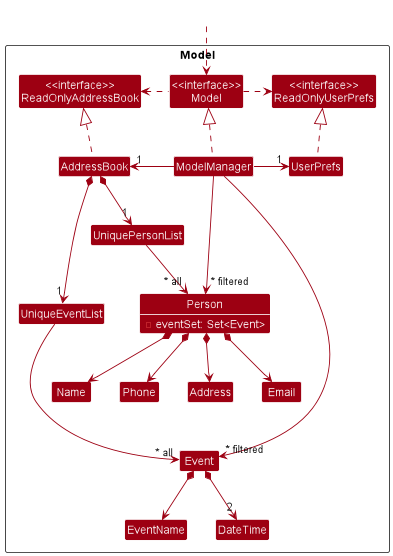
Above: docs/images/ModelClassDiagram.png in nus-cs2103-AY2223S2/tp (PlantUML), before the change.
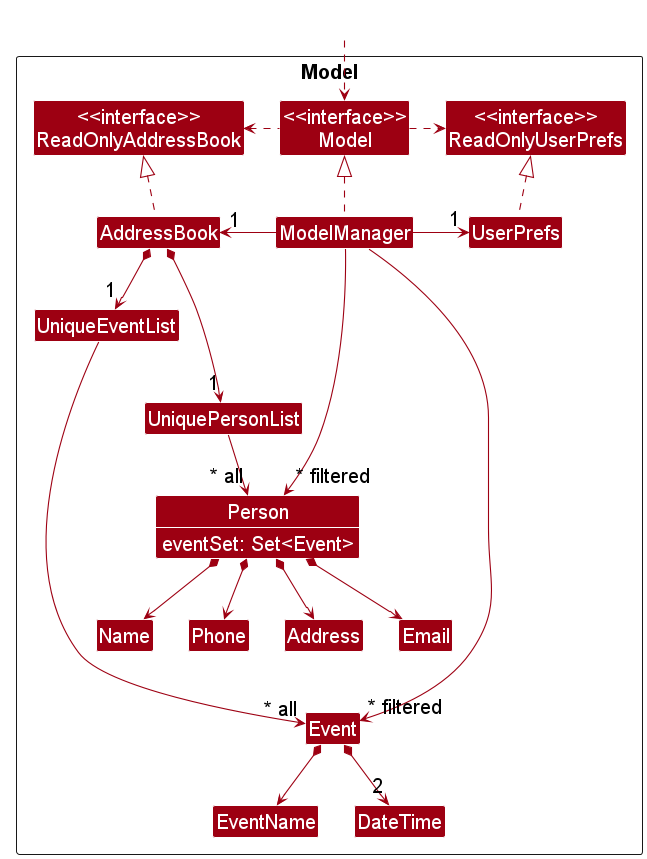
After the commit.

Change to the diagram source:
```diff
@@ -14,7 +14,7 @@
 
 Class UniquePersonList
 Class Person {
-    - eventSet: Set<Event>
+    eventSet: Set<Event>
 }
 Class Address
 Class Email
@@ -47,7 +47,7 @@
 Person *--> Address
 
 AddressBook *--> "1" UniqueEventList
-UniqueEventList --> "~* all" Event
+UniqueEventList -----> "~* all" Event
 Event *--> EventName
 Event *--> "2" DateTime
 
@@ -57,6 +57,6 @@
 
 EventName -[hidden]right-> DateTime
 
-ModelManager -->"~* filtered" Person
+ModelManager ---->"~* filtered" Person
 ModelManager ----->"~* filtered" Event
 @enduml
```
